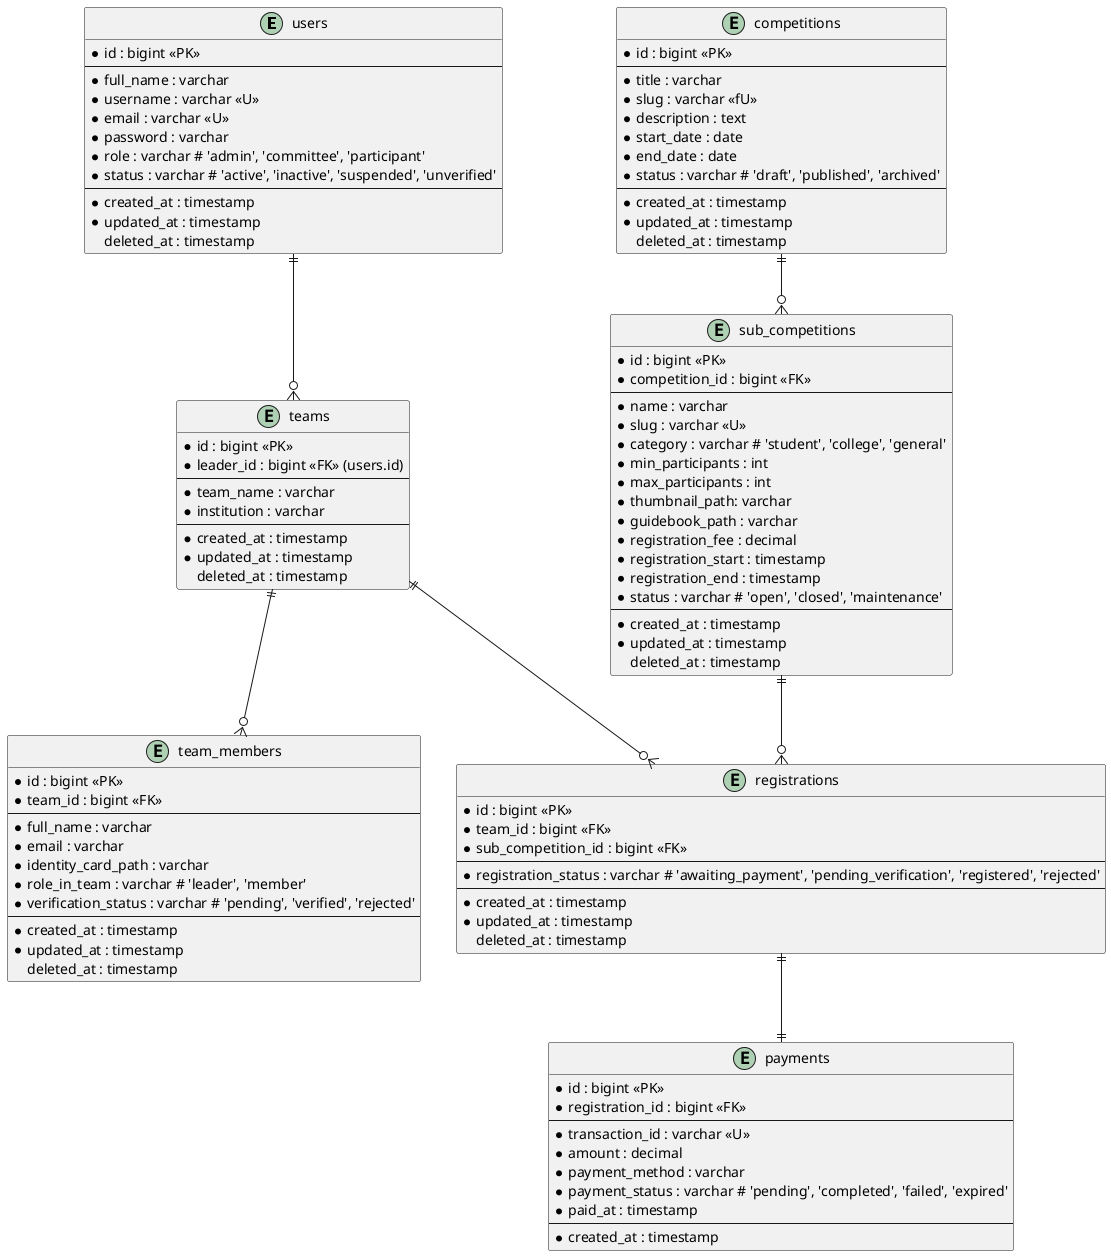
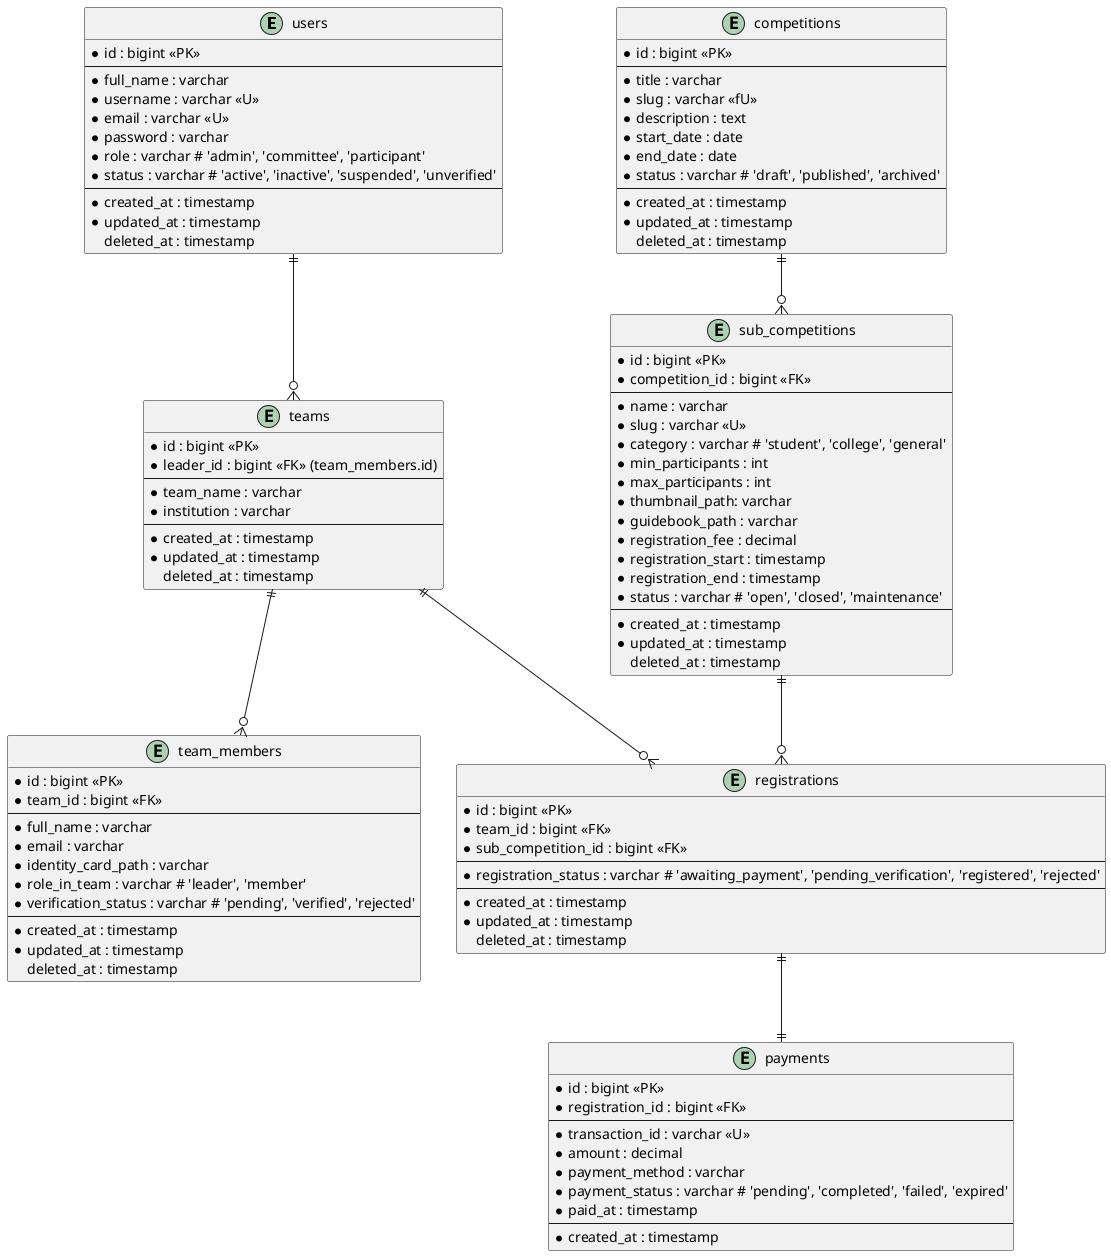
@startuml competition_system_v2

entity users {
    * id : bigint <<PK>>
    --
    * full_name : varchar
    * username : varchar <<U>>
    * email : varchar <<U>>
    * password : varchar
    * role : varchar # 'admin', 'committee', 'participant'
    * status : varchar # 'active', 'inactive', 'suspended', 'unverified'
    --
    * created_at : timestamp
    * updated_at : timestamp
    deleted_at : timestamp
}

entity competitions {
    * id : bigint <<PK>>
    --
    * title : varchar
    * slug : varchar <<fU>>
    * description : text
    * start_date : date
    * end_date : date
    * status : varchar # 'draft', 'published', 'archived'
    --
    * created_at : timestamp
    * updated_at : timestamp
    deleted_at : timestamp
}

entity sub_competitions {
    * id : bigint <<PK>>
    * competition_id : bigint <<FK>>
    --
    * name : varchar
    * slug : varchar <<U>>
    * category : varchar # 'student', 'college', 'general'
    * min_participants : int
    * max_participants : int
    * thumbnail_path: varchar
    * guidebook_path : varchar
    * registration_fee : decimal
    * registration_start : timestamp
    * registration_end : timestamp
    * status : varchar # 'open', 'closed', 'maintenance'
    --
    * created_at : timestamp
    * updated_at : timestamp
    deleted_at : timestamp
}


entity teams {
    * id : bigint <<PK>>
-     * leader_id : bigint <<FK>> (users.id)
+     * leader_id : bigint <<FK>> (team_members.id)
    --
    * team_name : varchar
    * institution : varchar
    --
    * created_at : timestamp
    * updated_at : timestamp
    deleted_at : timestamp
}

entity team_members {
    * id : bigint <<PK>>
    * team_id : bigint <<FK>>
    --
    * full_name : varchar
    * email : varchar
    * identity_card_path : varchar
    * role_in_team : varchar # 'leader', 'member'
    * verification_status : varchar # 'pending', 'verified', 'rejected'
    --
    * created_at : timestamp
    * updated_at : timestamp
    deleted_at : timestamp
}

entity registrations {
    * id : bigint <<PK>>
    * team_id : bigint <<FK>>
    * sub_competition_id : bigint <<FK>>
    --
    * registration_status : varchar # 'awaiting_payment', 'pending_verification', 'registered', 'rejected'
    --
    * created_at : timestamp
    * updated_at : timestamp
    deleted_at : timestamp
}

entity payments {
    * id : bigint <<PK>>
    * registration_id : bigint <<FK>>
    --
    * transaction_id : varchar <<U>>
    * amount : decimal
    * payment_method : varchar
    * payment_status : varchar # 'pending', 'completed', 'failed', 'expired'
    * paid_at : timestamp
    --
    * created_at : timestamp
}

users ||--o{ teams
teams ||--o{ team_members
teams ||--o{ registrations
sub_competitions ||--o{ registrations
registrations ||--|| payments
competitions ||--o{ sub_competitions

@enduml